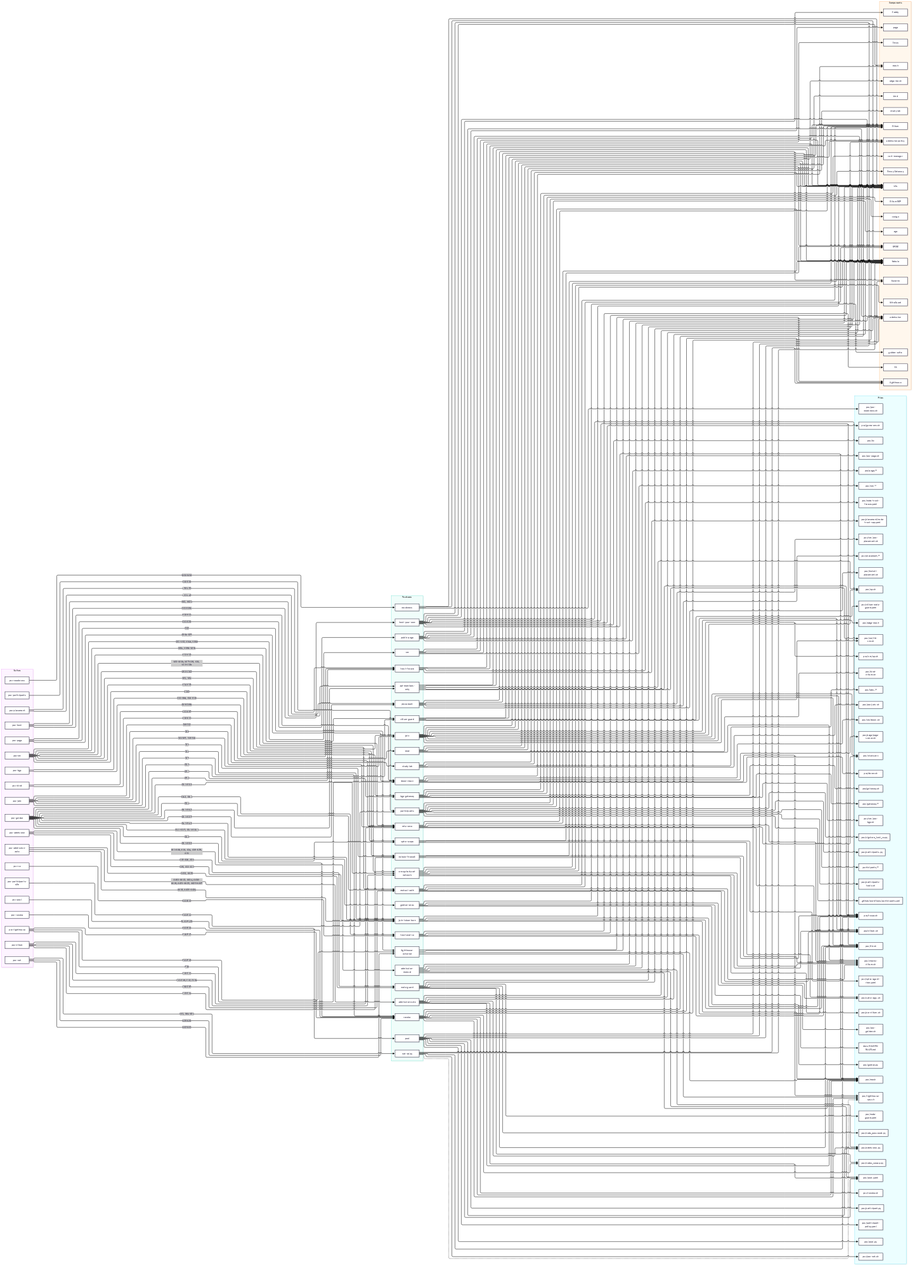
This is docs/diagrams/features.png from villadalmine/k8s-lan-party, a Mermaid export, as it was before one commit. Its source is kept beside it as docs/diagrams/features.mmd. The source it was exported from:
```mermaid
flowchart LR
  subgraph Suites
    s_poc_join["poc-join"]
    s_poc_vm["poc-vm"]
    s_poc_host["poc-host"]
    s_poc_golden["poc-golden"]
    s_poc_cilium["poc-cilium"]
    s_poc_kind["poc-kind"]
    s_poc_admission["poc-admission"]
    s_poc_admission_auto["poc-admission-auto"]
    s_poc_pool["poc-pool"]
    s_poc_page["poc-page"]
    s_poc_lighthouse["poc-lighthouse"]
    s_poc_nat["poc-nat"]
    s_poc_revoke["poc-revoke"]
    s_poc_ca["poc-ca"]
    s_poc_placement["poc-placement"]
    s_poc_bgp["poc-bgp"]
    s_poc_participants["poc-participants"]
    s_poc_participants_e2e["poc-participants-e2e"]
    s_poc_weakness["poc-weakness"]
  end
  subgraph Features
    f_join["join"]
    f_study_lab["study-lab"]
    f_host_your_own["host-your-own"]
    f_api_members_only["api-members-only"]
    f_nebula_firewall["nebula-firewall"]
    f_mtu_once["mtu-once"]
    f_join_token_burn["join-token-burn"]
    f_node_guard["node-guard"]
    f_admission_manual["admission-manual"]
    f_admission_auto["admission-auto"]
    f_pool["pool"]
    f_public_page["public-page"]
    f_lighthouse_external["lighthouse-external"]
    f_revoke["revoke"]
    f_two_level_ca["two-level-ca"]
    f_placement["placement"]
    f_trust_freeze["trust-freeze"]
    f_golden_rules["golden-rules"]
    f_encrypted_pod_network["encrypted-pod-network"]
    f_mutual_auth["mutual-auth"]
    f_cilium_guard["cilium-guard"]
    f_spire_scope["spire-scope"]
    f_nat_relay["nat-relay"]
    f_bgp_gateway["bgp-gateway"]
    f_down_clean["down-clean"]
    f_participants["participants"]
    f_weakness["weakness"]
    f_kind["kind"]
    f_vm["vm"]
  end
  subgraph Components
    c_Nebula["Nebula"]
    c_k3s["k3s"]
    c_edge_mesh["edge-mesh"]
    c_study_lab["study lab"]
    c_mesh["mesh"]
    c_Cilium["Cilium"]
    c_admission_policy["admission policy"]
    c_admission["admission"]
    c_Kyverno["Kyverno"]
    c_page["page"]
    c_Caddy["Caddy"]
    c_lighthouse["lighthouse"]
    c_CA["CA"]
    c_golden_suite["golden suite"]
    c_WireGuard["WireGuard"]
    c_SPIRE["SPIRE"]
    c_Cilium_BGP["Cilium BGP"]
    c_Envoy_Gateway["Envoy Gateway"]
    c_cert_manager["cert-manager"]
    c_cosign["cosign"]
    c_age["age"]
    c_kind["kind"]
    c_Incus["Incus"]
  end
  subgraph Files
    p_poc_edge_mesh["poc/edge-mesh"]
    p_poc_up_sh["poc/up.sh"]
    p_poc_vm_up_sh["poc/vm/up.sh"]
    p_poc_vm_lib_vm_sh["poc/vm/lib-vm.sh"]
    p_poc_lib_sh["poc/lib.sh"]
    p_poc_issue_sh["poc/issue.sh"]
    p_poc_stack_env["poc/stack.env"]
    p_poc_labs__["poc/labs/*"]
    p_poc_poc_join_sh["poc/poc-join.sh"]
    p_poc_mesh["poc/mesh"]
    p_poc_game_env_sh["poc/game-env.sh"]
    p_poc_kc["poc/kc"]
    p_poc_checks_cilium_sh["poc/checks-cilium.sh"]
    p_poc_cilium_sh["poc/cilium.sh"]
    p_poc_node_guard_yaml["poc/node-guard.yaml"]
    p_poc_node_password_py["poc/node_password.py"]
    p_poc_nodes_sweep_py["poc/nodes_sweep.py"]
    p_poc_admission_py["poc/admission.py"]
    p_poc_pool_yaml["poc/pool.yaml"]
    p_poc_pool_py["poc/pool.py"]
    p_poc_participant_py["poc/participant.py"]
    p_poc_participant_policy_yaml["poc/participant-policy.yaml"]
    p_poc_page__["poc/page/*"]
    p_poc_poc_page_sh["poc/poc-page.sh"]
    p_poc_lighthouse_vps_sh["poc/lighthouse-vps.sh"]
    p_poc_revoke_sh["poc/revoke.sh"]
    p_poc_placement__["poc/placement/*"]
    p_poc_install_placement_sh["poc/install-placement.sh"]
    p_poc_vm_poc_placement_sh["poc/vm/poc-placement.sh"]
    p_poc_node_trust_freeze_yaml["poc/node-trust-freeze.yaml"]
    p_poc_placement_node_trust_vap_yaml["poc/placement/node-trust-vap.yaml"]
    p_poc_poc_golden_sh["poc/poc-golden.sh"]
    p_poc_golden_py["poc/golden.py"]
    p_docs_GOLDEN_RULES_md["docs/GOLDEN-RULES.md"]
    p_poc_poc_cilium_sh["poc/poc-cilium.sh"]
    p_poc_spire_args_sh["poc/spire-args.sh"]
    p_poc_cilium_node_guard_yaml["poc/cilium-node-guard.yaml"]
    p_poc_spire_agent_rbac_yaml["poc/spire-agent-rbac.yaml"]
    p_poc_poc_nat_sh["poc/poc-nat.sh"]
    p_poc_gateway_sh["poc/gateway.sh"]
    p_poc_gateway__["poc/gateway/*"]
    p_poc_vm_poc_bgp_sh["poc/vm/poc-bgp.sh"]
    p_poc_down_sh["poc/down.sh"]
    p_poc_vm_down_sh["poc/vm/down.sh"]
    p_poc_page_page_server_sh["poc/page/page-server.sh"]
    p_poc_participants_py["poc/participants.py"]
    p_poc_participants_tools_sh["poc/participants-tools.sh"]
    p_poc_sigstore_test_ca_py["poc/sigstore_test_ca.py"]
    p_participants__["participants/*"]
    p__github_workflows_participants_yml[".github/workflows/participants.yml"]
    p_poc_poc_weakness_sh["poc/poc-weakness.sh"]
    p_poc_kind_cilium_sh["poc/kind-cilium.sh"]
    p_poc_vm__["poc/vm/*"]
  end
  s_poc_join -->|"J01-J07, J15-J16"| f_join
  s_poc_vm -->|"V01, V04"| f_join
  f_join --> c_Nebula
  f_join --> c_k3s
  f_join --> c_edge_mesh
  f_join -.-> p_poc_edge_mesh
  f_join -.-> p_poc_up_sh
  f_join -.-> p_poc_vm_up_sh
  f_join -.-> p_poc_vm_lib_vm_sh
  f_join -.-> p_poc_lib_sh
  f_join -.-> p_poc_issue_sh
  f_join -.-> p_poc_stack_env
  s_poc_join -->|"J09-J12"| f_study_lab
  f_study_lab --> c_k3s
  f_study_lab --> c_study_lab
  f_study_lab -.-> p_poc_labs__
  f_study_lab -.-> p_poc_poc_join_sh
  s_poc_host -->|"H01-H09c"| f_host_your_own
  f_host_your_own --> c_Nebula
  f_host_your_own --> c_k3s
  f_host_your_own --> c_mesh
  f_host_your_own -.-> p_poc_mesh
  f_host_your_own -.-> p_poc_game_env_sh
  f_host_your_own -.-> p_poc_kc
  f_host_your_own -.-> p_poc_lib_sh
  f_host_your_own -.-> p_poc_issue_sh
  s_poc_host -->|"H02, H02b"| f_api_members_only
  s_poc_golden -->|"G6.1-G6.2"| f_api_members_only
  f_api_members_only --> c_k3s
  f_api_members_only --> c_Nebula
  f_api_members_only -.-> p_poc_up_sh
  f_api_members_only -.-> p_poc_vm_lib_vm_sh
  f_api_members_only -.-> p_poc_issue_sh
  s_poc_join -->|"J13"| f_nebula_firewall
  s_poc_cilium -->|"C13-C14"| f_nebula_firewall
  s_poc_vm -->|"V14-V15"| f_nebula_firewall
  f_nebula_firewall --> c_Nebula
  f_nebula_firewall -.-> p_poc_issue_sh
  f_nebula_firewall -.-> p_poc_checks_cilium_sh
  s_poc_join -->|"J08"| f_mtu_once
  s_poc_cilium -->|"C10-C11"| f_mtu_once
  s_poc_kind -->|"K10-K11"| f_mtu_once
  s_poc_vm -->|"V11-V12"| f_mtu_once
  f_mtu_once --> c_Nebula
  f_mtu_once --> c_Cilium
  f_mtu_once -.-> p_poc_stack_env
  f_mtu_once -.-> p_poc_cilium_sh
  f_mtu_once -.-> p_poc_checks_cilium_sh
  s_poc_join -->|"J14"| f_join_token_burn
  s_poc_admission -->|"A09, A11-A13"| f_join_token_burn
  s_poc_admission_auto -->|"AA15, AA23-AA24"| f_join_token_burn
  s_poc_golden -->|"G4.1-G4.3"| f_join_token_burn
  f_join_token_burn --> c_k3s
  f_join_token_burn -.-> p_poc_lib_sh
  f_join_token_burn -.-> p_poc_issue_sh
  f_join_token_burn -.-> p_poc_mesh
  s_poc_admission -->|"A15-A18, A30"| f_node_guard
  s_poc_admission_auto -->|"AA13, AA20"| f_node_guard
  f_node_guard --> c_k3s
  f_node_guard --> c_admission_policy
  f_node_guard -.-> p_poc_node_guard_yaml
  f_node_guard -.-> p_poc_node_password_py
  f_node_guard -.-> p_poc_nodes_sweep_py
  f_node_guard -.-> p_poc_lib_sh
  s_poc_admission -->|"A01-A08, A10, A14, A19-A29, A31"| f_admission_manual
  f_admission_manual --> c_admission
  f_admission_manual --> c_Nebula
  f_admission_manual --> c_k3s
  f_admission_manual -.-> p_poc_admission_py
  f_admission_manual -.-> p_poc_pool_yaml
  f_admission_manual -.-> p_poc_mesh
  s_poc_admission_auto -->|"AA01-AA12, AA14, AA16-AA19, AA21-AA22, AA25-AA37"| f_admission_auto
  f_admission_auto --> c_admission
  f_admission_auto --> c_Nebula
  f_admission_auto --> c_k3s
  f_admission_auto -.-> p_poc_admission_py
  f_admission_auto -.-> p_poc_pool_yaml
  f_admission_auto -.-> p_poc_mesh
  s_poc_pool -->|"PL01-PL25"| f_pool
  f_pool --> c_admission
  f_pool --> c_k3s
  f_pool --> c_Kyverno
  f_pool -.-> p_poc_pool_py
  f_pool -.-> p_poc_pool_yaml
  f_pool -.-> p_poc_participant_py
  f_pool -.-> p_poc_participant_policy_yaml
  f_pool -.-> p_poc_admission_py
  s_poc_page -->|"G01-G26"| f_public_page
  f_public_page --> c_page
  f_public_page --> c_Caddy
  f_public_page --> c_Nebula
  f_public_page --> c_admission
  f_public_page -.-> p_poc_page__
  f_public_page -.-> p_poc_poc_page_sh
  s_poc_lighthouse -->|"P01-P15"| f_lighthouse_external
  s_poc_page -->|"G02"| f_lighthouse_external
  s_poc_nat -->|"N02-N03"| f_lighthouse_external
  f_lighthouse_external --> c_Nebula
  f_lighthouse_external --> c_lighthouse
  f_lighthouse_external -.-> p_poc_lighthouse_vps_sh
  f_lighthouse_external -.-> p_poc_mesh
  s_poc_revoke -->|"R01-R10"| f_revoke
  s_poc_join -->|"J17"| f_revoke
  s_poc_lighthouse -->|"P16-P17"| f_revoke
  s_poc_nat -->|"N25-N26"| f_revoke
  s_poc_golden -->|"G5.1-G5.5"| f_revoke
  f_revoke --> c_Nebula
  f_revoke --> c_k3s
  f_revoke --> c_lighthouse
  f_revoke -.-> p_poc_revoke_sh
  f_revoke -.-> p_poc_nodes_sweep_py
  f_revoke -.-> p_poc_lighthouse_vps_sh
  f_revoke -.-> p_poc_mesh
  s_poc_ca -->|"B01-B13"| f_two_level_ca
  s_poc_golden -->|"G8.2, G9.1"| f_two_level_ca
  f_two_level_ca --> c_Nebula
  f_two_level_ca --> c_CA
  f_two_level_ca -.-> p_poc_issue_sh
  f_two_level_ca -.-> p_poc_lib_sh
  s_poc_placement -->|"L01-L45"| f_placement
  s_poc_golden -->|"G2.1-G2.7"| f_placement
  f_placement --> c_Kyverno
  f_placement --> c_k3s
  f_placement -.-> p_poc_placement__
  f_placement -.-> p_poc_install_placement_sh
  f_placement -.-> p_poc_vm_poc_placement_sh
  s_poc_placement -->|"L50-L53"| f_trust_freeze
  s_poc_bgp -->|"G09-G09b"| f_trust_freeze
  s_poc_golden -->|"G7.2"| f_trust_freeze
  f_trust_freeze --> c_k3s
  f_trust_freeze --> c_admission_policy
  f_trust_freeze -.-> p_poc_node_trust_freeze_yaml
  f_trust_freeze -.-> p_poc_placement_node_trust_vap_yaml
  s_poc_golden -->|"G1.1-G2.7, G3.1-G10.1"| f_golden_rules
  f_golden_rules --> c_golden_suite
  f_golden_rules -.-> p_poc_poc_golden_sh
  f_golden_rules -.-> p_poc_golden_py
  f_golden_rules -.-> p_docs_GOLDEN_RULES_md
  s_poc_cilium -->|"C01-C09, C12, C13b"| f_encrypted_pod_network
  s_poc_vm -->|"V03-V06b, V07-V09, V10, V13-V13b"| f_encrypted_pod_network
  s_poc_golden -->|"G3.1-G3.3"| f_encrypted_pod_network
  f_encrypted_pod_network --> c_Cilium
  f_encrypted_pod_network --> c_WireGuard
  f_encrypted_pod_network --> c_Nebula
  f_encrypted_pod_network -.-> p_poc_cilium_sh
  f_encrypted_pod_network -.-> p_poc_checks_cilium_sh
  f_encrypted_pod_network -.-> p_poc_poc_cilium_sh
  s_poc_cilium -->|"C90-C97"| f_mutual_auth
  s_poc_vm -->|"V90-V102"| f_mutual_auth
  s_poc_golden -->|"G3.4"| f_mutual_auth
  f_mutual_auth --> c_SPIRE
  f_mutual_auth --> c_Cilium
  f_mutual_auth -.-> p_poc_cilium_sh
  f_mutual_auth -.-> p_poc_spire_args_sh
  f_mutual_auth -.-> p_poc_checks_cilium_sh
  s_poc_vm -->|"V06c, V09b-V09c"| f_cilium_guard
  s_poc_golden -->|"G3.5"| f_cilium_guard
  f_cilium_guard --> c_Cilium
  f_cilium_guard --> c_admission_policy
  f_cilium_guard -.-> p_poc_cilium_node_guard_yaml
  f_cilium_guard -.-> p_poc_cilium_sh
  s_poc_vm -->|"V103"| f_spire_scope
  s_poc_golden -->|"G3.6"| f_spire_scope
  f_spire_scope --> c_SPIRE
  f_spire_scope -.-> p_poc_spire_agent_rbac_yaml
  f_spire_scope -.-> p_poc_spire_args_sh
  s_poc_nat -->|"N01, N04-N24"| f_nat_relay
  f_nat_relay --> c_Nebula
  f_nat_relay --> c_lighthouse
  f_nat_relay -.-> p_poc_poc_nat_sh
  f_nat_relay -.-> p_poc_lighthouse_vps_sh
  f_nat_relay -.-> p_poc_issue_sh
  s_poc_bgp -->|"G01-G08, G10-G19"| f_bgp_gateway
  s_poc_golden -->|"G7.1"| f_bgp_gateway
  f_bgp_gateway --> c_Cilium_BGP
  f_bgp_gateway --> c_Envoy_Gateway
  f_bgp_gateway --> c_cert_manager
  f_bgp_gateway -.-> p_poc_gateway_sh
  f_bgp_gateway -.-> p_poc_gateway__
  f_bgp_gateway -.-> p_poc_vm_poc_bgp_sh
  s_poc_host -->|"H10-H11"| f_down_clean
  s_poc_lighthouse -->|"P18"| f_down_clean
  s_poc_page -->|"G26b-G27"| f_down_clean
  f_down_clean --> c_mesh
  f_down_clean -.-> p_poc_down_sh
  f_down_clean -.-> p_poc_vm_down_sh
  f_down_clean -.-> p_poc_page_page_server_sh
  f_down_clean -.-> p_poc_lighthouse_vps_sh
  s_poc_participants -->|"S00-S30"| f_participants
  s_poc_participants_e2e -->|"E01-E11"| f_participants
  f_participants --> c_cosign
  f_participants --> c_age
  f_participants --> c_Nebula
  f_participants -.-> p_poc_participants_py
  f_participants -.-> p_poc_participants_tools_sh
  f_participants -.-> p_poc_sigstore_test_ca_py
  f_participants -.-> p_participants__
  f_participants -.-> p__github_workflows_participants_yml
  s_poc_weakness -->|"W00-W06"| f_weakness
  f_weakness --> c_k3s
  f_weakness --> c_Nebula
  f_weakness -.-> p_poc_poc_weakness_sh
  s_poc_kind -->|"K01-K97"| f_kind
  f_kind --> c_kind
  f_kind --> c_Cilium
  f_kind --> c_SPIRE
  f_kind -.-> p_poc_kind_cilium_sh
  f_kind -.-> p_poc_checks_cilium_sh
  s_poc_vm -->|"V01-V02, V04b, V06d"| f_vm
  f_vm --> c_Incus
  f_vm --> c_k3s
  f_vm --> c_Cilium
  f_vm -.-> p_poc_vm__
```
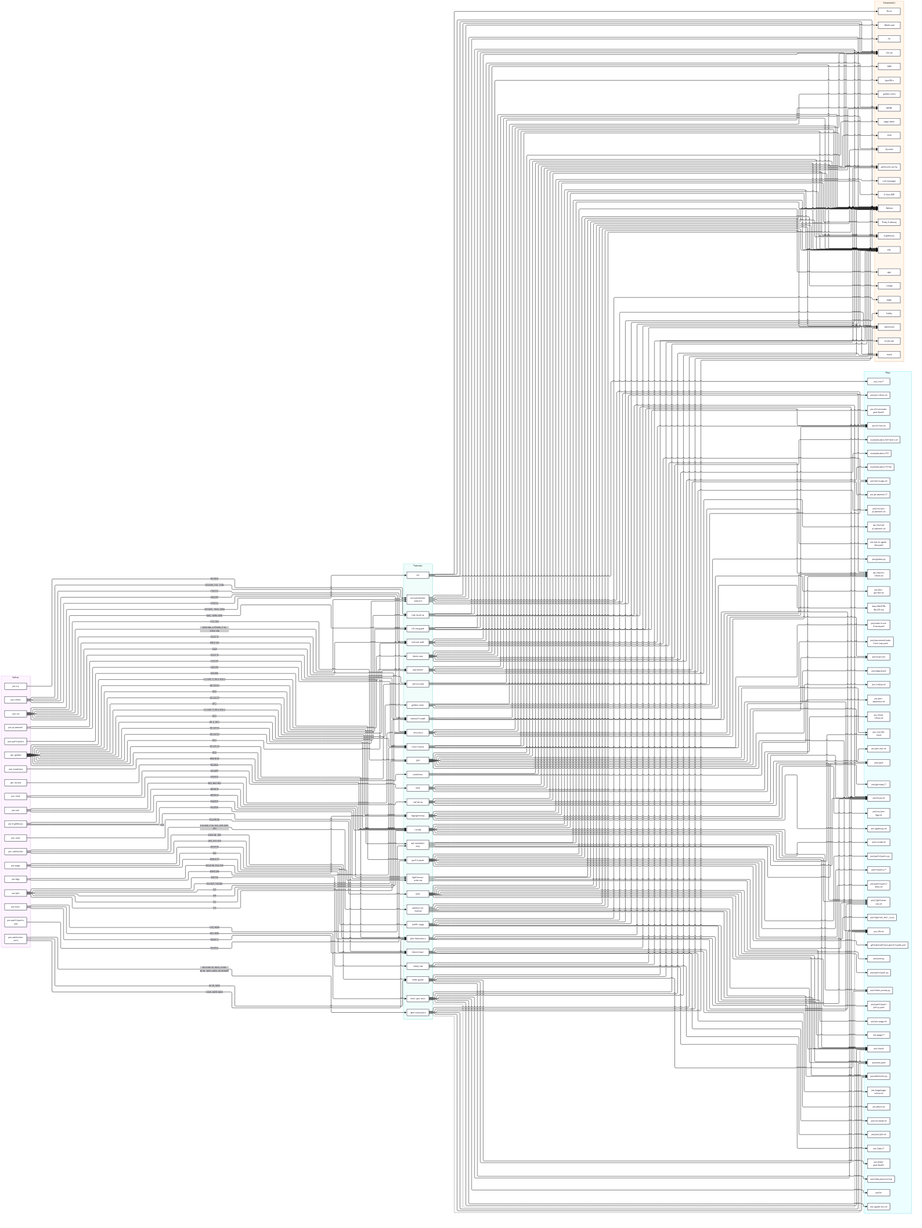
The same file after the commit.

Diff of the diagram source:
```diff
@@ -50,6 +50,7 @@
     f_weakness["weakness"]
     f_kind["kind"]
     f_vm["vm"]
+    f_demo_aws["demo-aws"]
   end
   subgraph Components
     c_Nebula["Nebula"]
@@ -75,6 +76,8 @@
     c_age["age"]
     c_kind["kind"]
     c_Incus["Incus"]
+    c_OpenTofu["OpenTofu"]
+    c_AWS["AWS"]
   end
   subgraph Files
     p_poc_edge_mesh["poc/edge-mesh"]
@@ -130,6 +133,9 @@
     p_poc_poc_weakness_sh["poc/poc-weakness.sh"]
     p_poc_kind_cilium_sh["poc/kind-cilium.sh"]
     p_poc_vm__["poc/vm/*"]
+    p_examples_aws___tf["examples/aws/*.tf"]
+    p_examples_aws___tftpl["examples/aws/*.tftpl"]
+    p_examples_aws_leftovers_sh["examples/aws/leftovers.sh"]
   end
   s_poc_join -->|"J01-J07, J15-J16"| f_join
   s_poc_vm -->|"V01, V04"| f_join
@@ -344,3 +350,11 @@
   f_vm --> c_k3s
   f_vm --> c_Cilium
   f_vm -.-> p_poc_vm__
+  s_poc_golden -->|"G1.1-G2.7, G3.1-G10.1"| f_demo_aws
+  f_demo_aws --> c_OpenTofu
+  f_demo_aws --> c_AWS
+  f_demo_aws --> c_Nebula
+  f_demo_aws --> c_k3s
+  f_demo_aws -.-> p_examples_aws___tf
+  f_demo_aws -.-> p_examples_aws___tftpl
+  f_demo_aws -.-> p_examples_aws_leftovers_sh
```
